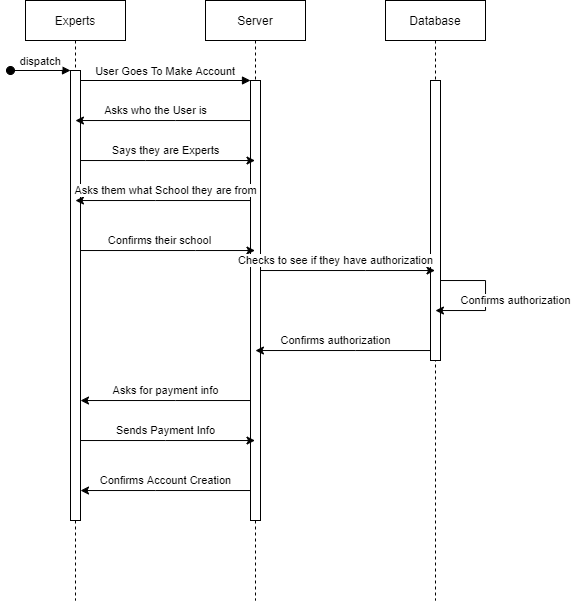
The draw.io diagram Deliverables/Week_3/Use_Case/Experts/Sequence Diagrams/User_Maintenance.png in Hanandrof/Group-3-Repository, before a commit. Source tidied: cells renumbered, new cells last; positions are measured from the earlier drawing's top-left corner, leaving out a move shared by most shapes.
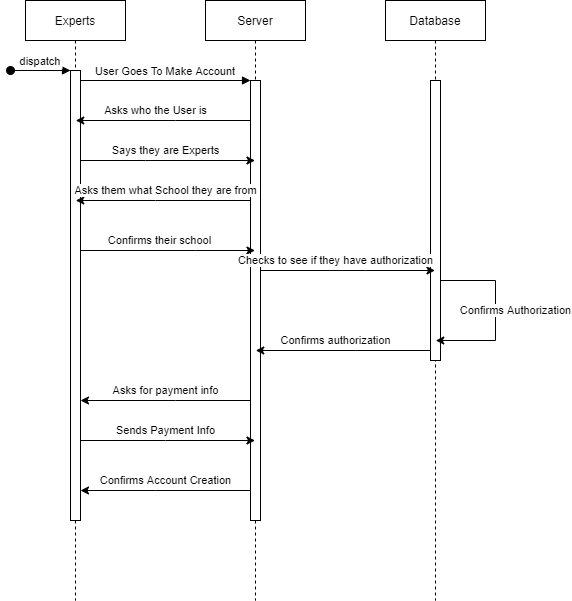
After the commit.

The edit, as a diff of the source:
```diff
@@ -109,14 +109,19 @@
     <mxCell id="21" style="points=[];perimeter=orthogonalPerimeter;rounded=0;shadow=0;strokeWidth=1;" parent="20" vertex="1">
       <mxGeometry x="45" y="80" width="10" height="280" as="geometry" />
     </mxCell>
-    <mxCell id="22" value="Confirms authorization" style="edgeStyle=orthogonalEdgeStyle;rounded=0;jettySize=auto;html=1;" parent="20" edge="1" source="21" target="20">
-      <mxGeometry x="0.04" y="30" relative="1" as="geometry">
+    <mxCell id="22" style="edgeStyle=orthogonalEdgeStyle;rounded=0;jettySize=auto;html=1;" parent="20" edge="1" source="21" target="20">
+      <mxGeometry relative="1" as="geometry">
         <Array as="points">
-          <mxPoint x="100" y="280" />
-          <mxPoint x="100" y="310" />
+          <mxPoint x="110" y="280" />
+          <mxPoint x="110" y="340" />
         </Array>
       </mxGeometry>
     </mxCell>
+    <mxCell id="25" value="Confirms Authorization" style="edgeLabel;html=1;align=center;verticalAlign=middle;" parent="22" vertex="1">
+      <mxGeometry x="-0.12" relative="1" as="geometry">
+        <mxPoint x="20" y="8.5" as="offset" />
+      </mxGeometry>
+    </mxCell>
     <mxCell id="23" value="Checks to see if they have authorization" style="edgeStyle=orthogonalEdgeStyle;rounded=0;jettySize=auto;html=1;" parent="1" edge="1" source="6" target="20">
       <mxGeometry x="-0.14" y="10" relative="1" as="geometry">
         <Array as="points">
```
